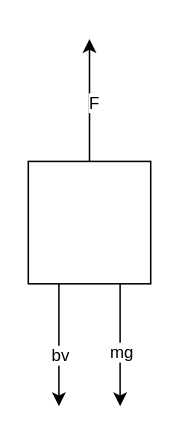
Above: Lab2/FBD.drawio in txddy-p/EEE3094 (draw.io), before the change. Source tidied: cells renumbered, new cells numbered last; positions are measured from the earlier drawing's top-left corner, leaving out a move shared by most shapes. Both pictures are drawn from the tidied source at 153%, with x=0, y=0 at pixel (28, 38).
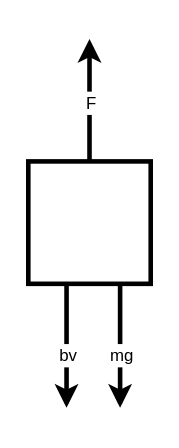
After the change.

Change to the diagram source:
```diff
@@
 <mxGraphModel>
   <root>
     <mxCell id="0" />
     <mxCell id="1" parent="0" />
-    <mxCell id="2" style="edgeStyle=orthogonalEdgeStyle;rounded=0;jettySize=auto;html=1;exitX=0.5;exitY=0;exitDx=0;exitDy=0;" parent="1" edge="1" source="8">
+    <mxCell id="2" style="edgeStyle=orthogonalEdgeStyle;rounded=0;jettySize=auto;html=1;exitX=0.5;exitY=0;exitDx=0;exitDy=0;labelBorderColor=#ffffff;strokeWidth=3;" parent="1" edge="1" source="8">
       <mxGeometry relative="1" as="geometry">
         <mxPoint x="40" as="targetPoint" />
       </mxGeometry>
     </mxCell>
-    <mxCell id="3" value="F" style="edgeLabel;html=1;align=center;verticalAlign=middle;" parent="2" vertex="1">
+    <mxCell id="3" value="F" style="edgeLabel;html=1;align=center;verticalAlign=middle;labelBorderColor=#ffffff;" parent="2" vertex="1">
       <mxGeometry x="-0.01" y="-2" relative="1" as="geometry">
-        <mxPoint y="1" as="offset" />
+        <mxPoint x="-2" y="1" as="offset" />
       </mxGeometry>
     </mxCell>
-    <mxCell id="4" style="edgeStyle=orthogonalEdgeStyle;rounded=0;jettySize=auto;html=1;exitX=0.25;exitY=1;exitDx=0;exitDy=0;" parent="1" edge="1" source="8">
-      <mxGeometry relative="1" as="geometry">
-        <mxPoint x="20" y="240" as="targetPoint" />
-      </mxGeometry>
-    </mxCell>
-    <mxCell id="5" value="bv" style="edgeLabel;html=1;align=center;verticalAlign=middle;" parent="4" vertex="1">
-      <mxGeometry x="0.18" relative="1" as="geometry" />
-    </mxCell>
-    <mxCell id="6" style="edgeStyle=orthogonalEdgeStyle;rounded=0;jettySize=auto;html=1;exitX=0.75;exitY=1;exitDx=0;exitDy=0;" parent="1" edge="1" source="8">
+    <mxCell id="6" style="edgeStyle=orthogonalEdgeStyle;rounded=0;jettySize=auto;html=1;exitX=0.75;exitY=1;exitDx=0;exitDy=0;labelBorderColor=#ffffff;strokeWidth=3;" parent="1" edge="1" source="8">
       <mxGeometry relative="1" as="geometry">
-        <mxPoint x="60" y="240" as="targetPoint" />
+        <mxPoint x="60" y="241" as="targetPoint" />
+        <Array as="points">
+          <mxPoint x="60" y="238" />
+        </Array>
       </mxGeometry>
     </mxCell>
-    <mxCell id="7" value="mg" style="edgeLabel;html=1;align=center;verticalAlign=middle;" parent="6" vertex="1">
+    <mxCell id="7" value="mg" style="edgeLabel;html=1;align=center;verticalAlign=middle;labelBorderColor=#ffffff;" parent="6" vertex="1">
       <mxGeometry x="0.13" relative="1" as="geometry" />
     </mxCell>
-    <mxCell id="8" style="rounded=0;whiteSpace=wrap;html=1;" parent="1" vertex="1">
+    <mxCell id="8" style="rounded=0;whiteSpace=wrap;html=1;labelBorderColor=#ffffff;strokeWidth=3;" parent="1" vertex="1">
       <mxGeometry y="80" width="80" height="80" as="geometry" />
     </mxCell>
+    <mxCell id="9" style="edgeStyle=orthogonalEdgeStyle;rounded=0;orthogonalLoop=1;jettySize=auto;html=1;exitX=0.75;exitY=1;exitDx=0;exitDy=0;labelBorderColor=#ffffff;strokeWidth=3;" parent="1" edge="1">
+      <mxGeometry relative="1" as="geometry">
+        <mxPoint x="25" y="160" as="sourcePoint" />
+        <mxPoint x="25" y="241" as="targetPoint" />
+        <Array as="points">
+          <mxPoint x="25" y="238" />
+        </Array>
+      </mxGeometry>
+    </mxCell>
+    <mxCell id="5" value="bv" style="edgeLabel;html=1;align=center;verticalAlign=middle;labelBorderColor=#ffffff;" parent="9" vertex="1">
+      <mxGeometry x="0.13" relative="1" as="geometry" />
+    </mxCell>
   </root>
 </mxGraphModel>
```
